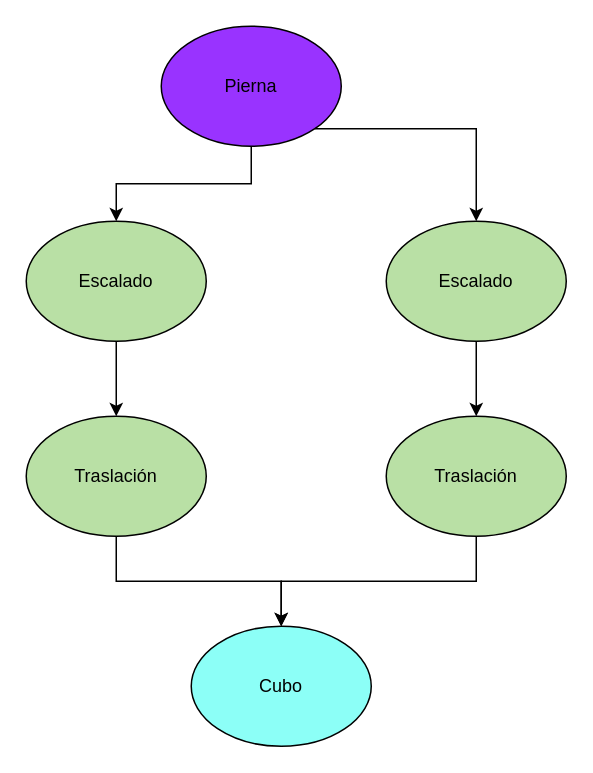
Above: docs/Pierna.drawio in Cristinasj/IG (draw.io), before the change. Source tidied: cells renumbered, new cells numbered last; positions are measured from the earlier drawing's top-left corner, leaving out a move shared by most shapes. Both pictures are drawn from the tidied source at 150%, with x=0, y=0 at pixel (26, 26).
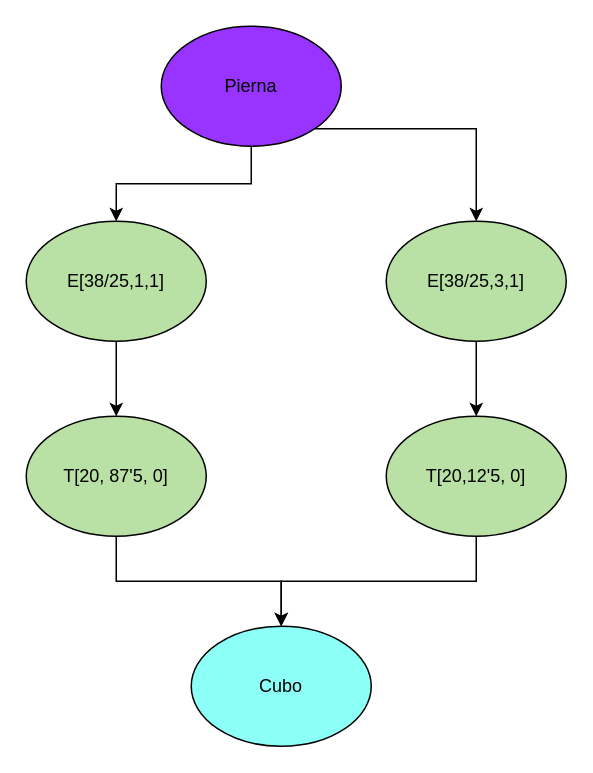
Above is the later version.

What changed in the source:
```diff
@@
 <mxGraphModel>
   <root>
     <mxCell id="0" />
     <mxCell id="1" parent="0" />
     <mxCell id="2" style="edgeStyle=orthogonalEdgeStyle;rounded=0;jettySize=auto;html=1;exitX=0.5;exitY=1;exitDx=0;exitDy=0;" parent="1" edge="1" source="4" target="6">
       <mxGeometry relative="1" as="geometry" />
     </mxCell>
     <mxCell id="3" style="edgeStyle=orthogonalEdgeStyle;rounded=0;jettySize=auto;html=1;exitX=1;exitY=1;exitDx=0;exitDy=0;" parent="1" edge="1" source="4" target="11">
       <mxGeometry relative="1" as="geometry" />
     </mxCell>
     <mxCell id="4" value="Pierna" style="ellipse;whiteSpace=wrap;html=1;fillColor=#9933FF;" parent="1" vertex="1">
       <mxGeometry x="90" width="120" height="80" as="geometry" />
     </mxCell>
     <mxCell id="5" style="edgeStyle=orthogonalEdgeStyle;rounded=0;jettySize=auto;html=1;exitX=0.5;exitY=1;exitDx=0;exitDy=0;" parent="1" edge="1" source="6" target="8">
       <mxGeometry relative="1" as="geometry" />
     </mxCell>
-    <mxCell id="6" value="Escalado" style="ellipse;whiteSpace=wrap;html=1;fillColor=#B9E0A5;" parent="1" vertex="1">
+    <mxCell id="6" value="E[38/25,1,1]" style="ellipse;whiteSpace=wrap;html=1;fillColor=#B9E0A5;" parent="1" vertex="1">
       <mxGeometry y="130" width="120" height="80" as="geometry" />
     </mxCell>
     <mxCell id="7" style="edgeStyle=orthogonalEdgeStyle;rounded=0;jettySize=auto;html=1;exitX=0.5;exitY=1;exitDx=0;exitDy=0;" parent="1" edge="1" source="8" target="9">
       <mxGeometry relative="1" as="geometry" />
     </mxCell>
-    <mxCell id="8" value="Traslación" style="ellipse;whiteSpace=wrap;html=1;fillColor=#B9E0A5;" parent="1" vertex="1">
+    <mxCell id="8" value="T[20, 87'5, 0]" style="ellipse;whiteSpace=wrap;html=1;fillColor=#B9E0A5;" parent="1" vertex="1">
       <mxGeometry y="260" width="120" height="80" as="geometry" />
     </mxCell>
     <mxCell id="9" value="Cubo" style="ellipse;whiteSpace=wrap;html=1;fillColor=#8CFFF7;" parent="1" vertex="1">
       <mxGeometry x="110" y="400" width="120" height="80" as="geometry" />
     </mxCell>
     <mxCell id="10" style="edgeStyle=orthogonalEdgeStyle;rounded=0;jettySize=auto;html=1;exitX=0.5;exitY=1;exitDx=0;exitDy=0;" parent="1" edge="1" source="11" target="13">
       <mxGeometry relative="1" as="geometry" />
     </mxCell>
-    <mxCell id="11" value="Escalado" style="ellipse;whiteSpace=wrap;html=1;fillColor=#B9E0A5;" parent="1" vertex="1">
+    <mxCell id="11" value="E[38/25,3,1]" style="ellipse;whiteSpace=wrap;html=1;fillColor=#B9E0A5;" parent="1" vertex="1">
       <mxGeometry x="240" y="130" width="120" height="80" as="geometry" />
     </mxCell>
     <mxCell id="12" style="edgeStyle=orthogonalEdgeStyle;rounded=0;jettySize=auto;html=1;exitX=0.5;exitY=1;exitDx=0;exitDy=0;" parent="1" edge="1" source="13" target="9">
       <mxGeometry relative="1" as="geometry" />
     </mxCell>
-    <mxCell id="13" value="Traslación" style="ellipse;whiteSpace=wrap;html=1;fillColor=#B9E0A5;" parent="1" vertex="1">
+    <mxCell id="13" value="T[20,12'5, 0]" style="ellipse;whiteSpace=wrap;html=1;fillColor=#B9E0A5;" parent="1" vertex="1">
       <mxGeometry x="240" y="260" width="120" height="80" as="geometry" />
     </mxCell>
   </root>
 </mxGraphModel>
```
